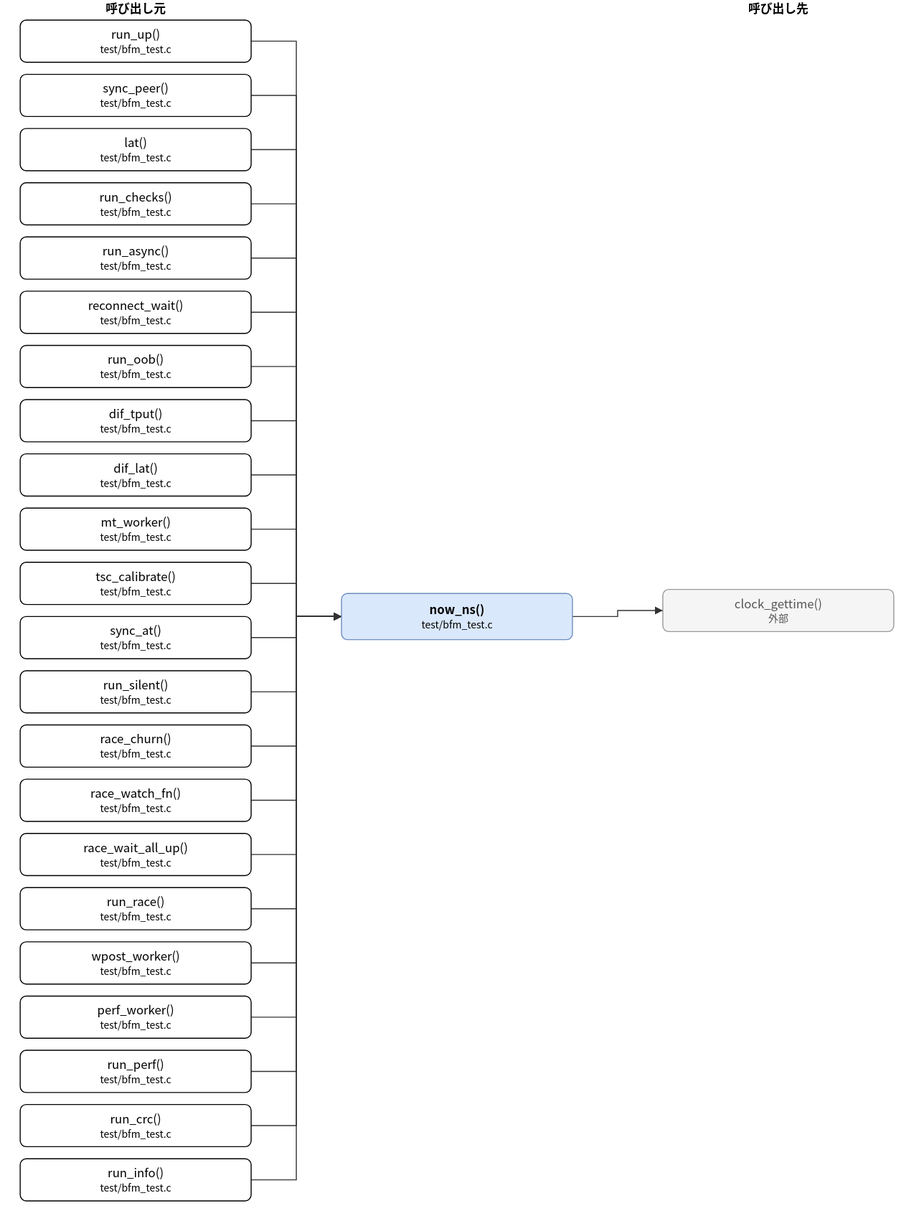
hf355051012-ai/bfmem keeps this draw.io diagram as doc/spec/images/call_test_bfm_test-now_ns.drawio.svg. Above is the earlier version. Source tidied: cells renumbered, new cells last; positions are measured from the earlier drawing's top-left corner, leaving out a move shared by most shapes.
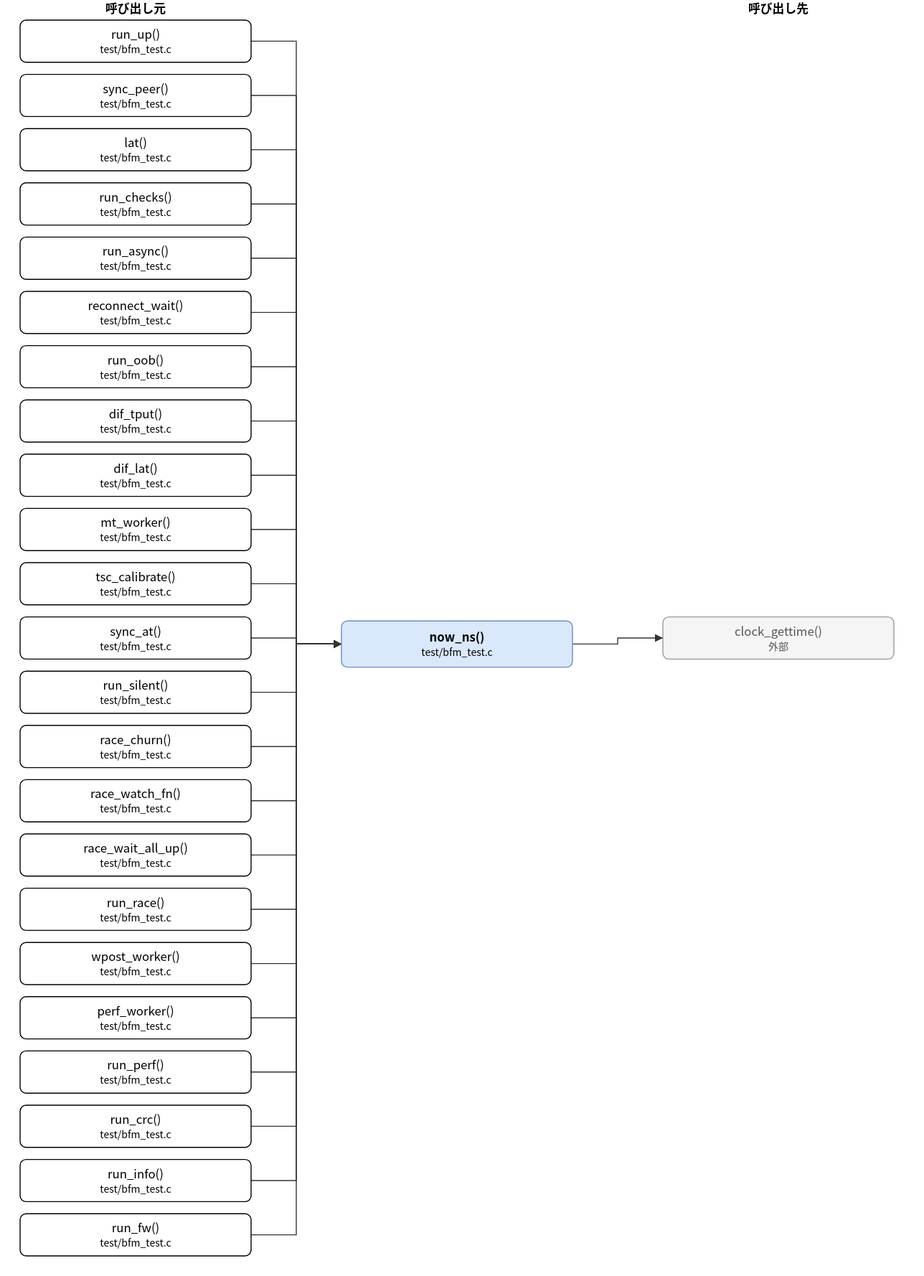
After the commit.

What changed in the source:
```diff
@@ -3,7 +3,7 @@
     <mxCell id="0" />
     <mxCell id="1" parent="0" />
     <mxCell id="2" value="now_ns()&lt;br&gt;&lt;font style=&quot;font-size:10px&quot;&gt;test/bfm_test.c&lt;/font&gt;" style="rounded=1;whiteSpace=wrap;html=1;fillColor=#dae8fc;strokeColor=#6c8ebf;fontStyle=1;" parent="1" vertex="1">
-      <mxGeometry x="320" y="591" width="230" height="46" as="geometry" />
+      <mxGeometry x="320" y="618" width="230" height="46" as="geometry" />
     </mxCell>
     <mxCell id="3" value="run_up()&lt;br&gt;&lt;font style=&quot;font-size:10px&quot;&gt;test/bfm_test.c&lt;/font&gt;" style="rounded=1;whiteSpace=wrap;html=1;" parent="1" vertex="1">
       <mxGeometry y="20" width="230" height="42" as="geometry" />
@@ -71,14 +71,17 @@
     <mxCell id="24" value="run_info()&lt;br&gt;&lt;font style=&quot;font-size:10px&quot;&gt;test/bfm_test.c&lt;/font&gt;" style="rounded=1;whiteSpace=wrap;html=1;" parent="1" vertex="1">
       <mxGeometry y="1154" width="230" height="42" as="geometry" />
     </mxCell>
+    <mxCell id="51" value="run_fw()&lt;br&gt;&lt;font style=&quot;font-size:10px&quot;&gt;test/bfm_test.c&lt;/font&gt;" style="rounded=1;whiteSpace=wrap;html=1;" parent="1" vertex="1">
+      <mxGeometry y="1208" width="230" height="42" as="geometry" />
+    </mxCell>
     <mxCell id="25" value="clock_gettime()&lt;br&gt;&lt;font style=&quot;font-size:10px&quot;&gt;外部&lt;/font&gt;" style="rounded=1;whiteSpace=wrap;html=1;fillColor=#f5f5f5;strokeColor=#999999;fontColor=#555555;" parent="1" vertex="1">
-      <mxGeometry x="640" y="587" width="230" height="42" as="geometry" />
+      <mxGeometry x="640" y="614" width="230" height="42" as="geometry" />
     </mxCell>
     <mxCell id="26" style="edgeStyle=none;html=1;rounded=0;endArrow=block;endFill=1;exitX=1.0000;exitY=0.5000;exitDx=0;exitDy=0;exitPerimeter=0;entryX=0.0000;entryY=0.5000;entryDx=0;entryDy=0;entryPerimeter=0;" parent="1" edge="1" source="3" target="2">
       <mxGeometry relative="1" as="geometry">
         <Array as="points">
           <mxPoint x="275" y="41" />
-          <mxPoint x="275" y="614" />
+          <mxPoint x="275" y="641" />
         </Array>
       </mxGeometry>
     </mxCell>
@@ -86,7 +89,7 @@
       <mxGeometry relative="1" as="geometry">
         <Array as="points">
           <mxPoint x="275" y="95" />
-          <mxPoint x="275" y="614" />
+          <mxPoint x="275" y="641" />
         </Array>
       </mxGeometry>
     </mxCell>
@@ -94,7 +97,7 @@
       <mxGeometry relative="1" as="geometry">
         <Array as="points">
           <mxPoint x="275" y="149" />
-          <mxPoint x="275" y="614" />
+          <mxPoint x="275" y="641" />
         </Array>
       </mxGeometry>
     </mxCell>
@@ -102,7 +105,7 @@
       <mxGeometry relative="1" as="geometry">
         <Array as="points">
           <mxPoint x="275" y="203" />
-          <mxPoint x="275" y="614" />
+          <mxPoint x="275" y="641" />
         </Array>
       </mxGeometry>
     </mxCell>
@@ -110,7 +113,7 @@
       <mxGeometry relative="1" as="geometry">
         <Array as="points">
           <mxPoint x="275" y="257" />
-          <mxPoint x="275" y="614" />
+          <mxPoint x="275" y="641" />
         </Array>
       </mxGeometry>
     </mxCell>
@@ -118,7 +121,7 @@
       <mxGeometry relative="1" as="geometry">
         <Array as="points">
           <mxPoint x="275" y="311" />
-          <mxPoint x="275" y="614" />
+          <mxPoint x="275" y="641" />
         </Array>
       </mxGeometry>
     </mxCell>
@@ -126,7 +129,7 @@
       <mxGeometry relative="1" as="geometry">
         <Array as="points">
           <mxPoint x="275" y="365" />
-          <mxPoint x="275" y="614" />
+          <mxPoint x="275" y="641" />
         </Array>
       </mxGeometry>
     </mxCell>
@@ -134,7 +137,7 @@
       <mxGeometry relative="1" as="geometry">
         <Array as="points">
           <mxPoint x="275" y="419" />
-          <mxPoint x="275" y="614" />
+          <mxPoint x="275" y="641" />
         </Array>
       </mxGeometry>
     </mxCell>
@@ -142,7 +145,7 @@
       <mxGeometry relative="1" as="geometry">
         <Array as="points">
           <mxPoint x="275" y="473" />
-          <mxPoint x="275" y="614" />
+          <mxPoint x="275" y="641" />
         </Array>
       </mxGeometry>
     </mxCell>
@@ -150,7 +153,7 @@
       <mxGeometry relative="1" as="geometry">
         <Array as="points">
           <mxPoint x="275" y="527" />
-          <mxPoint x="275" y="614" />
+          <mxPoint x="275" y="641" />
         </Array>
       </mxGeometry>
     </mxCell>
@@ -158,7 +161,7 @@
       <mxGeometry relative="1" as="geometry">
         <Array as="points">
           <mxPoint x="275" y="581" />
-          <mxPoint x="275" y="614" />
+          <mxPoint x="275" y="641" />
         </Array>
       </mxGeometry>
     </mxCell>
@@ -166,7 +169,7 @@
       <mxGeometry relative="1" as="geometry">
         <Array as="points">
           <mxPoint x="275" y="635" />
-          <mxPoint x="275" y="614" />
+          <mxPoint x="275" y="641" />
         </Array>
       </mxGeometry>
     </mxCell>
@@ -174,7 +177,7 @@
       <mxGeometry relative="1" as="geometry">
         <Array as="points">
           <mxPoint x="275" y="689" />
-          <mxPoint x="275" y="614" />
+          <mxPoint x="275" y="641" />
         </Array>
       </mxGeometry>
     </mxCell>
@@ -182,7 +185,7 @@
       <mxGeometry relative="1" as="geometry">
         <Array as="points">
           <mxPoint x="275" y="743" />
-          <mxPoint x="275" y="614" />
+          <mxPoint x="275" y="641" />
         </Array>
       </mxGeometry>
     </mxCell>
@@ -190,7 +193,7 @@
       <mxGeometry relative="1" as="geometry">
         <Array as="points">
           <mxPoint x="275" y="797" />
-          <mxPoint x="275" y="614" />
+          <mxPoint x="275" y="641" />
         </Array>
       </mxGeometry>
     </mxCell>
@@ -198,7 +201,7 @@
       <mxGeometry relative="1" as="geometry">
         <Array as="points">
           <mxPoint x="275" y="851" />
-          <mxPoint x="275" y="614" />
+          <mxPoint x="275" y="641" />
         </Array>
       </mxGeometry>
     </mxCell>
@@ -206,7 +209,7 @@
       <mxGeometry relative="1" as="geometry">
         <Array as="points">
           <mxPoint x="275" y="905" />
-          <mxPoint x="275" y="614" />
+          <mxPoint x="275" y="641" />
         </Array>
       </mxGeometry>
     </mxCell>
@@ -214,7 +217,7 @@
       <mxGeometry relative="1" as="geometry">
         <Array as="points">
           <mxPoint x="275" y="959" />
-          <mxPoint x="275" y="614" />
+          <mxPoint x="275" y="641" />
         </Array>
       </mxGeometry>
     </mxCell>
@@ -222,7 +225,7 @@
       <mxGeometry relative="1" as="geometry">
         <Array as="points">
           <mxPoint x="275" y="1013" />
-          <mxPoint x="275" y="614" />
+          <mxPoint x="275" y="641" />
         </Array>
       </mxGeometry>
     </mxCell>
@@ -230,7 +233,7 @@
       <mxGeometry relative="1" as="geometry">
         <Array as="points">
           <mxPoint x="275" y="1067" />
-          <mxPoint x="275" y="614" />
+          <mxPoint x="275" y="641" />
         </Array>
       </mxGeometry>
     </mxCell>
@@ -238,7 +241,7 @@
       <mxGeometry relative="1" as="geometry">
         <Array as="points">
           <mxPoint x="275" y="1121" />
-          <mxPoint x="275" y="614" />
+          <mxPoint x="275" y="641" />
         </Array>
       </mxGeometry>
     </mxCell>
@@ -246,18 +249,26 @@
       <mxGeometry relative="1" as="geometry">
         <Array as="points">
           <mxPoint x="275" y="1175" />
-          <mxPoint x="275" y="614" />
+          <mxPoint x="275" y="641" />
         </Array>
       </mxGeometry>
     </mxCell>
-    <mxCell id="48" style="edgeStyle=none;html=1;rounded=0;endArrow=block;endFill=1;exitX=1.0000;exitY=0.5000;exitDx=0;exitDy=0;exitPerimeter=0;entryX=0.0000;entryY=0.5000;entryDx=0;entryDy=0;entryPerimeter=0;" parent="1" edge="1" source="2" target="25">
+    <mxCell id="48" style="edgeStyle=none;html=1;rounded=0;endArrow=block;endFill=1;exitX=1.0000;exitY=0.5000;exitDx=0;exitDy=0;exitPerimeter=0;entryX=0.0000;entryY=0.5000;entryDx=0;entryDy=0;entryPerimeter=0;" parent="1" edge="1" source="51" target="2">
       <mxGeometry relative="1" as="geometry">
         <Array as="points">
-          <mxPoint x="595" y="614" />
-          <mxPoint x="595" y="608" />
+          <mxPoint x="275" y="1229" />
+          <mxPoint x="275" y="641" />
         </Array>
       </mxGeometry>
     </mxCell>
+    <mxCell id="52" style="edgeStyle=none;html=1;rounded=0;endArrow=block;endFill=1;exitX=1.0000;exitY=0.5000;exitDx=0;exitDy=0;exitPerimeter=0;entryX=0.0000;entryY=0.5000;entryDx=0;entryDy=0;entryPerimeter=0;" parent="1" edge="1" source="2" target="25">
+      <mxGeometry relative="1" as="geometry">
+        <Array as="points">
+          <mxPoint x="595" y="641" />
+          <mxPoint x="595" y="635" />
+        </Array>
+      </mxGeometry>
+    </mxCell>
     <mxCell id="49" value="呼び出し元" style="text;html=1;align=center;fontStyle=1;" parent="1" vertex="1">
       <mxGeometry x="35" width="160" height="18" as="geometry" />
     </mxCell>
```
